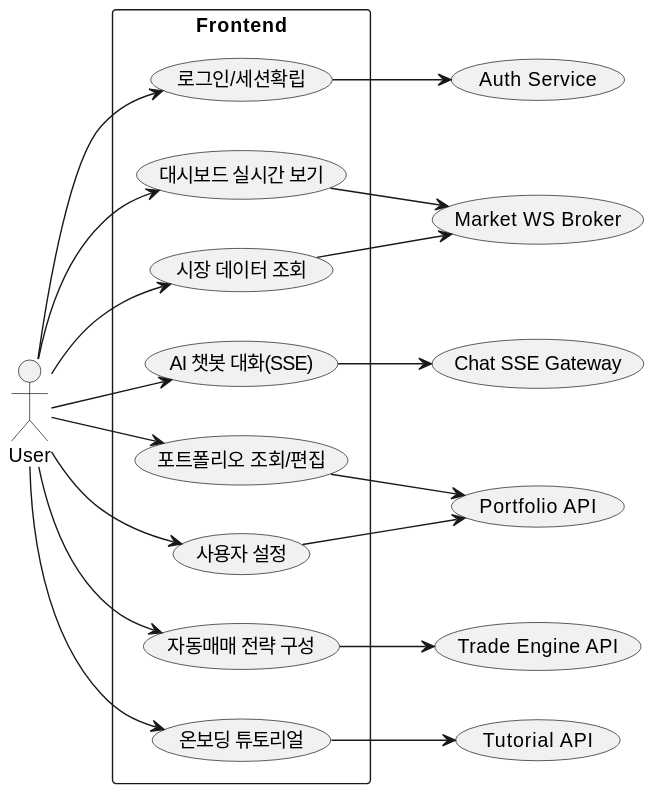
Before: docs/uml/use-case-as-is.svg, a diagram exported from PlantUML (SKNETWORKS-FAMILY-AICAMP/SKN12-FINAL-2TEAM).
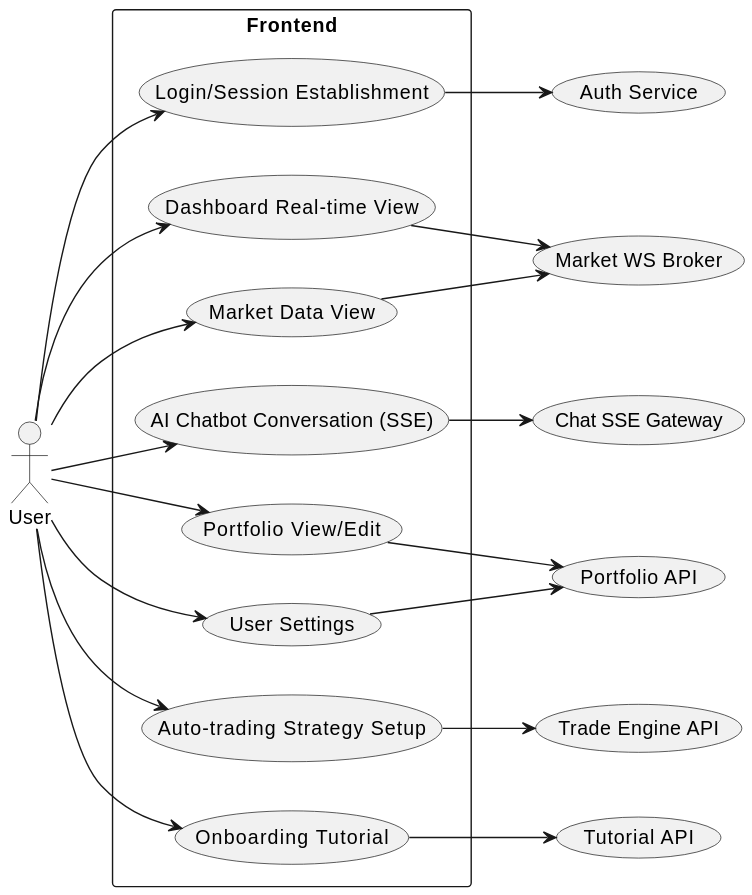
Later version of the same file.

Diff of the diagram source:
```diff
@@ -2,14 +2,14 @@
 left to right direction
 actor User
 rectangle Frontend as FE {
-  usecase UC_Login as "로그인/세션확립"
-  usecase UC_ViewDashboard as "대시보드 실시간 보기"
-  usecase UC_ChatAI as "AI 챗봇 대화(SSE)"
-  usecase UC_ManagePortfolio as "포트폴리오 조회/편집"
-  usecase UC_Autotrade as "자동매매 전략 구성"
-  usecase UC_Settings as "사용자 설정"
-  usecase UC_Tutorial as "온보딩 튜토리얼"
-  usecase UC_MarketData as "시장 데이터 조회"
+  usecase UC_Login as "Login/Session Establishment"
+  usecase UC_ViewDashboard as "Dashboard Real-time View"
+  usecase UC_ChatAI as "AI Chatbot Conversation (SSE)"
+  usecase UC_ManagePortfolio as "Portfolio View/Edit"
+  usecase UC_Autotrade as "Auto-trading Strategy Setup"
+  usecase UC_Settings as "User Settings"
+  usecase UC_Tutorial as "Onboarding Tutorial"
+  usecase UC_MarketData as "Market Data View"
 }
 
 User --> UC_Login
```
